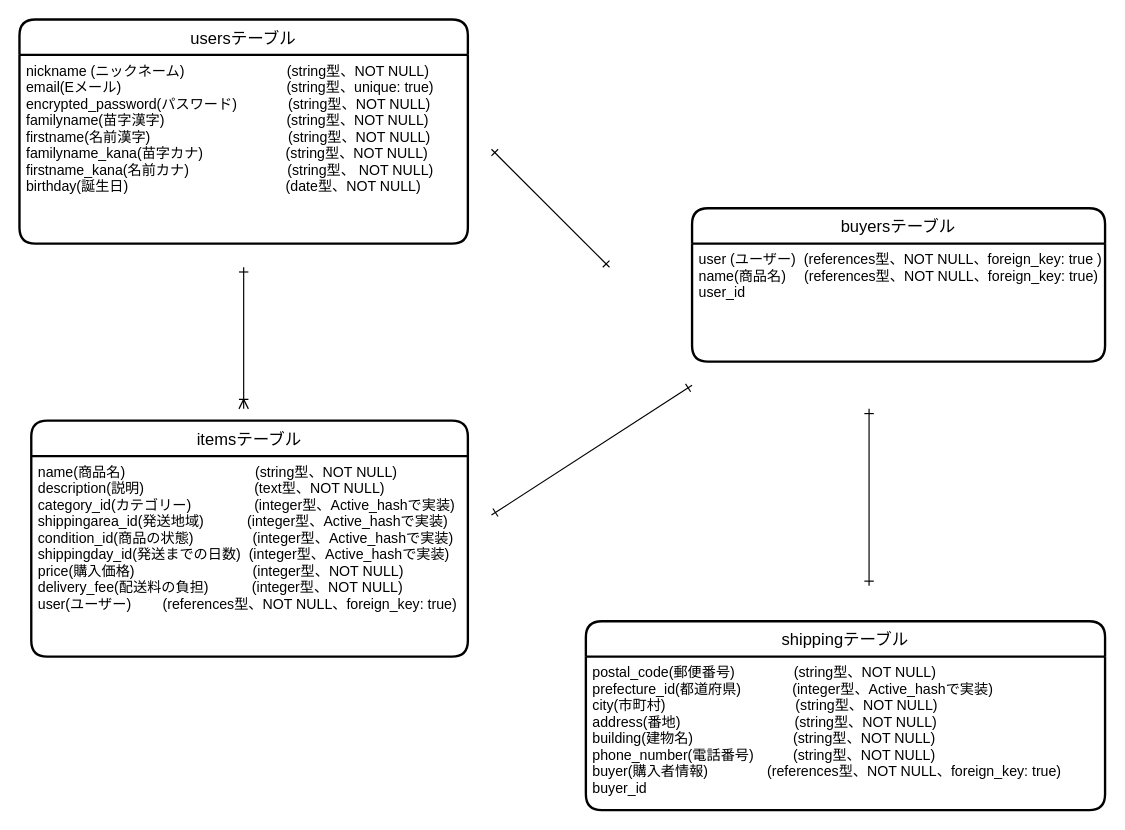
This is furima-34505.dio from shuuuyan/furima-34505, a draw.io file, before an edit. Source tidied: cells renumbered, new cells numbered last; positions are measured from the earlier drawing's top-left corner, leaving out a move shared by most shapes. Both pictures are drawn from the tidied source at 118%, with x=0, y=0 at pixel (19, 19).
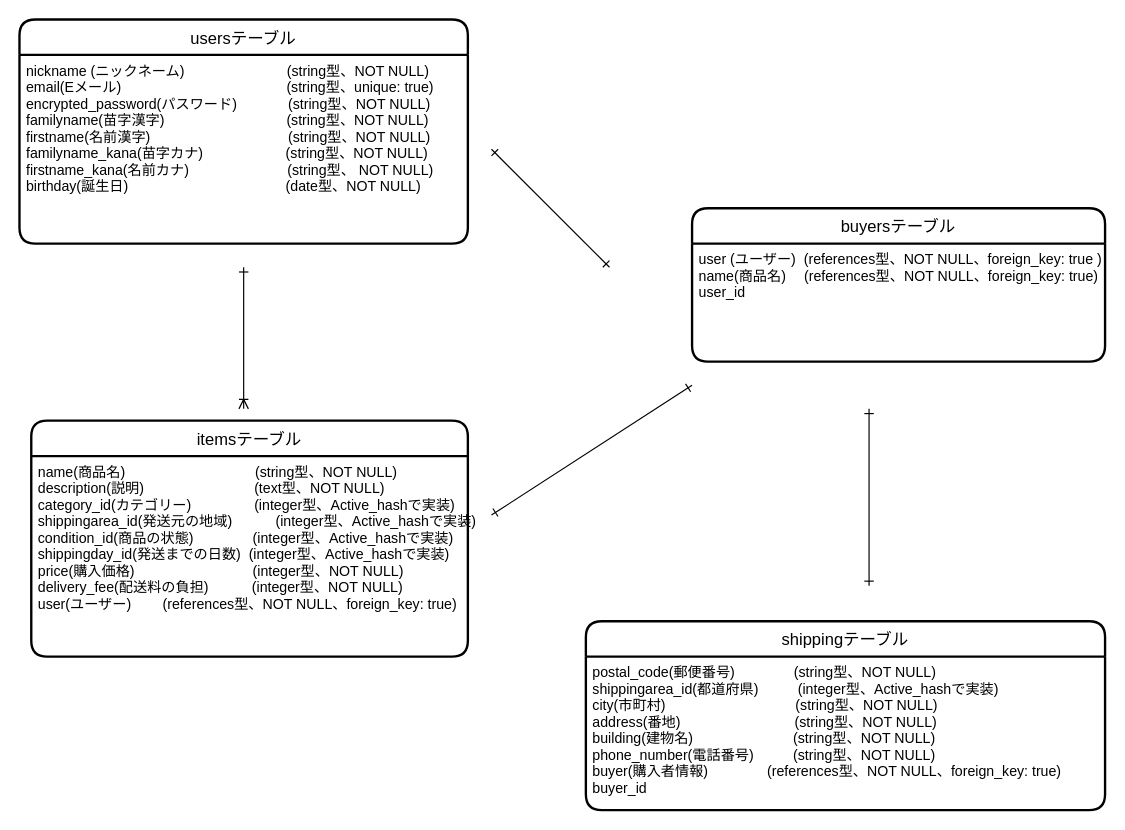
After the change.

Commit message (it also covers changes not shown here):
データベース設計修正7

Diff of the diagram source:
```diff
@@
 <mxGraphModel>
   <root>
     <mxCell id="0" />
     <mxCell id="1" parent="0" />
     <mxCell id="2" value="usersテーブル" style="swimlane;horizontal=1;startSize=30;rounded=1;fontSize=14;fontStyle=0;strokeWidth=2;shadow=0;dashed=0;align=center;" parent="1" vertex="1">
       <mxGeometry width="380" height="190" as="geometry" />
     </mxCell>
     <mxCell id="3" value="nickname (ニックネーム)                          (string型、NOT NULL)&#10;email(Eメール)                                          (string型、unique: true)&#10;encrypted_password(パスワード)             (string型、NOT NULL)&#10;familyname(苗字漢字)                               (string型、NOT NULL)&#10;firstname(名前漢字)                                   (string型、NOT NULL)&#10;familyname_kana(苗字カナ)                     (string型、NOT NULL)&#10;firstname_kana(名前カナ)                         (string型、 NOT NULL)&#10;birthday(誕生日)                                        (date型、NOT NULL)&#10;" style="align=left;strokeColor=none;fillColor=none;spacingLeft=4;fontSize=12;verticalAlign=top;" parent="2" vertex="1">
       <mxGeometry y="30" width="380" height="160" as="geometry" />
     </mxCell>
     <mxCell id="4" value="itemsテーブル" style="swimlane;horizontal=1;startSize=30;rounded=1;fontSize=14;fontStyle=0;strokeWidth=2;shadow=0;dashed=0;align=center;" parent="1" vertex="1">
       <mxGeometry x="10" y="340" width="370" height="200" as="geometry" />
     </mxCell>
-    <mxCell id="5" value="name(商品名)                                 (string型、NOT NULL)&#10;description(説明)                            (text型、NOT NULL) &#10;category_id(カテゴリー)                (integer型、Active_hashで実装)&#10;shippingarea_id(発送地域)           (integer型、Active_hashで実装)&#10;condition_id(商品の状態)               (integer型、Active_hashで実装)&#10;shippingday_id(発送までの日数)  (integer型、Active_hashで実装)&#10;price(購入価格)                              (integer型、NOT NULL)&#10;delivery_fee(配送料の負担)           (integer型、NOT NULL)&#10;user(ユーザー)        (references型、NOT NULL、foreign_key: true)&#10;" style="align=left;strokeColor=none;fillColor=none;spacingLeft=4;fontSize=12;verticalAlign=top;" parent="4" vertex="1">
+    <mxCell id="5" value="name(商品名)                                 (string型、NOT NULL)&#10;description(説明)                            (text型、NOT NULL) &#10;category_id(カテゴリー)                (integer型、Active_hashで実装)&#10;shippingarea_id(発送元の地域)           (integer型、Active_hashで実装)&#10;condition_id(商品の状態)               (integer型、Active_hashで実装)&#10;shippingday_id(発送までの日数)  (integer型、Active_hashで実装)&#10;price(購入価格)                              (integer型、NOT NULL)&#10;delivery_fee(配送料の負担)           (integer型、NOT NULL)&#10;user(ユーザー)        (references型、NOT NULL、foreign_key: true)&#10;" style="align=left;strokeColor=none;fillColor=none;spacingLeft=4;fontSize=12;verticalAlign=top;" parent="4" vertex="1">
       <mxGeometry y="30" width="370" height="170" as="geometry" />
     </mxCell>
     <mxCell id="6" value="shippingテーブル" style="swimlane;horizontal=1;startSize=30;rounded=1;fontSize=14;fontStyle=0;strokeWidth=2;shadow=0;dashed=0;align=center;" parent="1" vertex="1">
       <mxGeometry x="480" y="510" width="440" height="160" as="geometry" />
     </mxCell>
-    <mxCell id="7" value="postal_code(郵便番号)               (string型、NOT NULL)&#10;prefecture_id(都道府県)             (integer型、Active_hashで実装)&#10;city(市町村)                                 (string型、NOT NULL)&#10;address(番地)                             (string型、NOT NULL)&#10;building(建物名)          　　　　 (string型、NOT NULL)&#10;phone_number(電話番号)          (string型、NOT NULL)&#10;buyer(購入者情報)               (references型、NOT NULL、foreign_key: true)&#10;buyer_id&#10;" style="align=left;strokeColor=none;fillColor=none;spacingLeft=4;fontSize=12;verticalAlign=top;" parent="6" vertex="1">
+    <mxCell id="7" value="postal_code(郵便番号)               (string型、NOT NULL)&#10;shippingarea_id(都道府県)          (integer型、Active_hashで実装)&#10;city(市町村)                                 (string型、NOT NULL)&#10;address(番地)                             (string型、NOT NULL)&#10;building(建物名)          　　　　 (string型、NOT NULL)&#10;phone_number(電話番号)          (string型、NOT NULL)&#10;buyer(購入者情報)               (references型、NOT NULL、foreign_key: true)&#10;buyer_id&#10;" style="align=left;strokeColor=none;fillColor=none;spacingLeft=4;fontSize=12;verticalAlign=top;" parent="6" vertex="1">
       <mxGeometry y="30" width="440" height="130" as="geometry" />
     </mxCell>
     <mxCell id="8" style="edgeStyle=none;rounded=0;orthogonalLoop=1;jettySize=auto;html=1;startArrow=ERone;startFill=0;endArrow=ERone;endFill=0;" parent="1" edge="1">
       <mxGeometry relative="1" as="geometry">
         <mxPoint x="720" y="330" as="sourcePoint" />
         <mxPoint x="720" y="480" as="targetPoint" />
       </mxGeometry>
     </mxCell>
     <mxCell id="9" value="buyersテーブル" style="swimlane;horizontal=1;startSize=30;rounded=1;fontSize=14;fontStyle=0;strokeWidth=2;shadow=0;dashed=0;align=center;" parent="1" vertex="1">
       <mxGeometry x="570" y="160" width="350" height="130" as="geometry" />
     </mxCell>
     <mxCell id="10" value="user (ユーザー)  (references型、NOT NULL、foreign_key: true )&#10;name(商品名)　 (references型、NOT NULL、foreign_key: true)&#10;user_id&#10;" style="align=left;strokeColor=none;fillColor=none;spacingLeft=4;fontSize=12;verticalAlign=top;" parent="9" vertex="1">
       <mxGeometry y="30" width="350" height="100" as="geometry" />
     </mxCell>
     <mxCell id="11" style="edgeStyle=orthogonalEdgeStyle;rounded=0;orthogonalLoop=1;jettySize=auto;html=1;endArrow=ERoneToMany;endFill=0;startArrow=ERone;startFill=0;" parent="1" edge="1">
       <mxGeometry relative="1" as="geometry">
         <mxPoint x="190" y="210" as="sourcePoint" />
         <mxPoint x="190" y="330" as="targetPoint" />
       </mxGeometry>
     </mxCell>
     <mxCell id="12" style="edgeStyle=none;rounded=0;orthogonalLoop=1;jettySize=auto;html=1;startArrow=ERone;startFill=0;endArrow=ERone;endFill=0;" parent="1" edge="1">
       <mxGeometry relative="1" as="geometry">
         <mxPoint x="400" y="420" as="sourcePoint" />
         <mxPoint x="570" y="310" as="targetPoint" />
       </mxGeometry>
     </mxCell>
     <mxCell id="13" style="rounded=0;orthogonalLoop=1;jettySize=auto;html=1;startArrow=ERone;startFill=0;endArrow=ERone;endFill=0;" parent="1" edge="1">
       <mxGeometry relative="1" as="geometry">
         <mxPoint x="500" y="210" as="sourcePoint" />
         <mxPoint x="400" y="110" as="targetPoint" />
       </mxGeometry>
     </mxCell>
   </root>
 </mxGraphModel>
```
